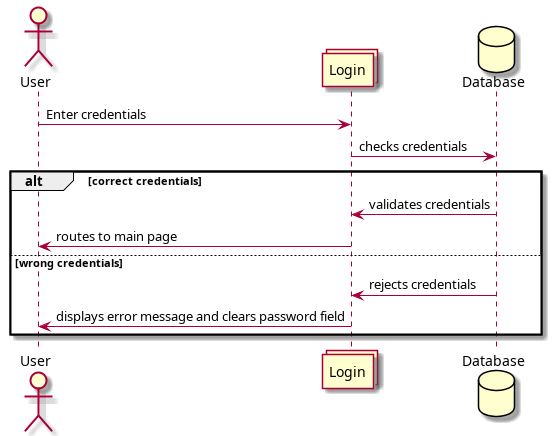
Before: Diagramme/Sequenzdiagramme/loginPageSource.png, a diagram exported from PlantUML (dhbw-ka-tinf22b5-dinder/Dinder-SRS). Its diagram source:
```plantuml
@startuml
actor User
collections Login
database Database

User -> Login : Enter credentials
Login -> Database : checks credentials
alt correct credentials
  Database -> Login : validates credentials
  Login -> User : routes to main page
else wrong credentials
  Database -> Login : rejects credentials
  Login -> User : displays error message and clears password field
end

@enduml
```
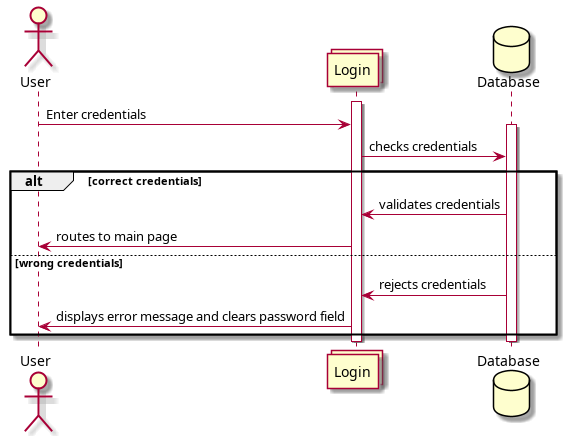
The same file after the commit.

The edit, as a diff of the source:
```diff
@@ -3,7 +3,9 @@
 collections Login
 database Database
 
+activate Login
 User -> Login : Enter credentials
+activate Database
 Login -> Database : checks credentials
 alt correct credentials
   Database -> Login : validates credentials
@@ -12,5 +14,6 @@
   Database -> Login : rejects credentials
   Login -> User : displays error message and clears password field
 end
-
+deactivate Database
+deactivate Login
 @enduml
```
